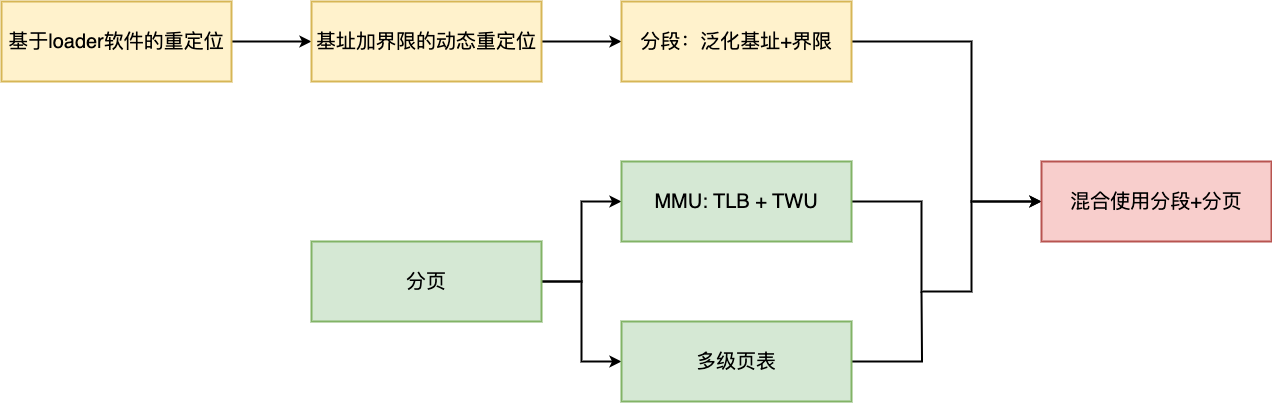
Earlier version of the draw.io export CS/操作系统/操作系统理论/虚拟地址空间策略.drawio.png (superwjfeng/MarkdownWriting). Source tidied: cells renumbered, new cells last; positions are measured from the earlier drawing's top-left corner, leaving out a move shared by most shapes. Its diagram source:
```xml
<mxGraphModel>
  <root>
    <mxCell id="0" />
    <mxCell id="1" parent="0" />
    <mxCell id="2" style="edgeStyle=orthogonalEdgeStyle;rounded=0;jettySize=auto;html=1;strokeWidth=2;" parent="1" edge="1" source="3" target="5">
      <mxGeometry relative="1" as="geometry" />
    </mxCell>
    <mxCell id="3" value="&lt;font style=&quot;font-size: 20px;&quot;&gt;基于loader软件的重定位&lt;/font&gt;" style="rounded=0;whiteSpace=wrap;html=1;strokeWidth=2;fillColor=#fff2cc;strokeColor=#d6b656;" parent="1" vertex="1">
      <mxGeometry width="230" height="80" as="geometry" />
    </mxCell>
    <mxCell id="4" style="edgeStyle=orthogonalEdgeStyle;rounded=0;jettySize=auto;html=1;strokeWidth=2;" parent="1" edge="1" source="5" target="7">
      <mxGeometry relative="1" as="geometry" />
    </mxCell>
    <mxCell id="5" value="&lt;font style=&quot;font-size: 20px;&quot;&gt;基址加界限的动态重定位&lt;/font&gt;" style="rounded=0;whiteSpace=wrap;html=1;strokeWidth=2;fillColor=#fff2cc;strokeColor=#d6b656;" parent="1" vertex="1">
      <mxGeometry x="310" width="230" height="80" as="geometry" />
    </mxCell>
    <mxCell id="6" style="edgeStyle=orthogonalEdgeStyle;rounded=0;jettySize=auto;html=1;entryX=0;entryY=0.5;entryDx=0;entryDy=0;strokeWidth=2;" parent="1" edge="1" source="7" target="15">
      <mxGeometry relative="1" as="geometry">
        <Array as="points">
          <mxPoint x="970" y="40" />
          <mxPoint x="970" y="200" />
        </Array>
      </mxGeometry>
    </mxCell>
    <mxCell id="7" value="&lt;font style=&quot;font-size: 20px;&quot;&gt;分段：泛化基址+界限&lt;/font&gt;" style="rounded=0;whiteSpace=wrap;html=1;strokeWidth=2;fillColor=#fff2cc;strokeColor=#d6b656;" parent="1" vertex="1">
      <mxGeometry x="620" width="230" height="80" as="geometry" />
    </mxCell>
    <mxCell id="8" style="edgeStyle=orthogonalEdgeStyle;rounded=0;jettySize=auto;html=1;strokeWidth=2;" parent="1" edge="1" source="10" target="12">
      <mxGeometry relative="1" as="geometry" />
    </mxCell>
    <mxCell id="9" style="edgeStyle=orthogonalEdgeStyle;rounded=0;jettySize=auto;html=1;strokeWidth=2;" parent="1" edge="1" source="10" target="14">
      <mxGeometry relative="1" as="geometry" />
    </mxCell>
    <mxCell id="10" value="&lt;span style=&quot;font-size: 20px;&quot;&gt;分页&lt;/span&gt;" style="rounded=0;whiteSpace=wrap;html=1;strokeWidth=2;fillColor=#d5e8d4;strokeColor=#82b366;" parent="1" vertex="1">
      <mxGeometry x="310" y="240" width="230" height="80" as="geometry" />
    </mxCell>
    <mxCell id="11" style="edgeStyle=orthogonalEdgeStyle;rounded=0;jettySize=auto;html=1;strokeWidth=2;" parent="1" edge="1" source="12" target="15">
      <mxGeometry relative="1" as="geometry">
        <Array as="points">
          <mxPoint x="920" y="200" />
          <mxPoint x="920" y="290" />
          <mxPoint x="970" y="290" />
          <mxPoint x="970" y="200" />
        </Array>
      </mxGeometry>
    </mxCell>
    <mxCell id="12" value="&lt;span style=&quot;font-size: 20px;&quot;&gt;MMU: TLB + TWU&lt;br&gt;&lt;/span&gt;" style="rounded=0;whiteSpace=wrap;html=1;strokeWidth=2;fillColor=#d5e8d4;strokeColor=#82b366;" parent="1" vertex="1">
      <mxGeometry x="620" y="160" width="230" height="80" as="geometry" />
    </mxCell>
    <mxCell id="13" style="edgeStyle=orthogonalEdgeStyle;rounded=0;jettySize=auto;html=1;endArrow=none;endFill=0;strokeWidth=2;" parent="1" edge="1" source="14">
      <mxGeometry relative="1" as="geometry">
        <mxPoint x="920" y="290" as="targetPoint" />
      </mxGeometry>
    </mxCell>
    <mxCell id="14" value="&lt;font style=&quot;font-size: 20px;&quot;&gt;多级页表&lt;/font&gt;" style="rounded=0;whiteSpace=wrap;html=1;strokeWidth=2;fillColor=#d5e8d4;strokeColor=#82b366;" parent="1" vertex="1">
      <mxGeometry x="620" y="320" width="230" height="80" as="geometry" />
    </mxCell>
    <mxCell id="15" value="&lt;span style=&quot;font-size: 20px;&quot;&gt;混合使用分段+分页&lt;br&gt;&lt;/span&gt;" style="rounded=0;whiteSpace=wrap;html=1;strokeWidth=2;fillColor=#f8cecc;strokeColor=#b85450;" parent="1" vertex="1">
      <mxGeometry x="1040" y="160" width="230" height="80" as="geometry" />
    </mxCell>
  </root>
</mxGraphModel>
```
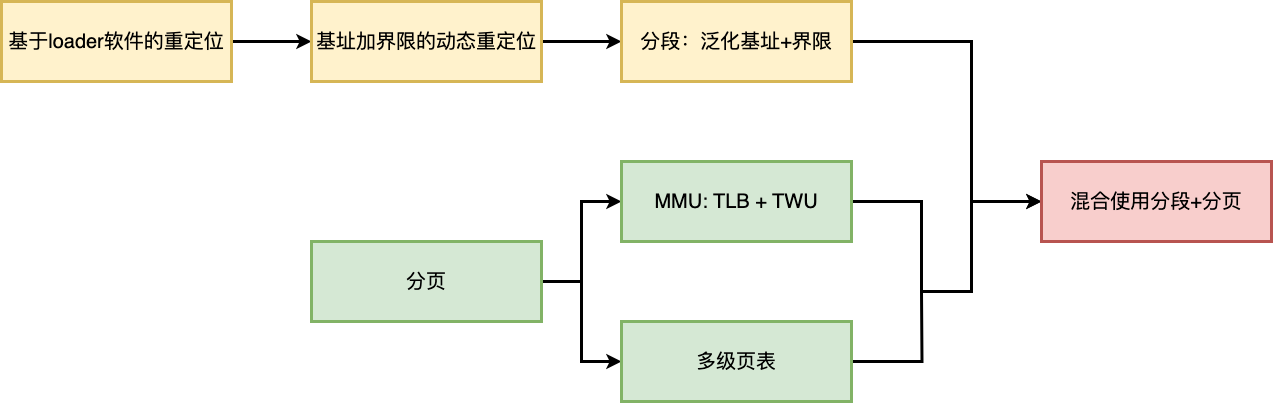
The same diagram one commit later.

The edit, as a diff of the source:
```diff
@@ -1,20 +1,20 @@
-<mxGraphModel>
+<mxGraphModel background="#ffffff">
   <root>
     <mxCell id="0" />
     <mxCell id="1" parent="0" />
-    <mxCell id="2" style="edgeStyle=orthogonalEdgeStyle;rounded=0;jettySize=auto;html=1;strokeWidth=2;" parent="1" edge="1" source="3" target="5">
+    <mxCell id="2" style="edgeStyle=orthogonalEdgeStyle;rounded=0;jettySize=auto;html=1;strokeWidth=3;" parent="1" edge="1" source="3" target="5">
       <mxGeometry relative="1" as="geometry" />
     </mxCell>
-    <mxCell id="3" value="&lt;font style=&quot;font-size: 20px;&quot;&gt;基于loader软件的重定位&lt;/font&gt;" style="rounded=0;whiteSpace=wrap;html=1;strokeWidth=2;fillColor=#fff2cc;strokeColor=#d6b656;" parent="1" vertex="1">
+    <mxCell id="3" value="&lt;font style=&quot;font-size: 20px;&quot;&gt;基于loader软件的重定位&lt;/font&gt;" style="rounded=0;whiteSpace=wrap;html=1;strokeWidth=3;fillColor=#fff2cc;strokeColor=#d6b656;" parent="1" vertex="1">
       <mxGeometry width="230" height="80" as="geometry" />
     </mxCell>
-    <mxCell id="4" style="edgeStyle=orthogonalEdgeStyle;rounded=0;jettySize=auto;html=1;strokeWidth=2;" parent="1" edge="1" source="5" target="7">
+    <mxCell id="4" style="edgeStyle=orthogonalEdgeStyle;rounded=0;jettySize=auto;html=1;strokeWidth=3;" parent="1" edge="1" source="5" target="7">
       <mxGeometry relative="1" as="geometry" />
     </mxCell>
-    <mxCell id="5" value="&lt;font style=&quot;font-size: 20px;&quot;&gt;基址加界限的动态重定位&lt;/font&gt;" style="rounded=0;whiteSpace=wrap;html=1;strokeWidth=2;fillColor=#fff2cc;strokeColor=#d6b656;" parent="1" vertex="1">
+    <mxCell id="5" value="&lt;font style=&quot;font-size: 20px;&quot;&gt;基址加界限的动态重定位&lt;/font&gt;" style="rounded=0;whiteSpace=wrap;html=1;strokeWidth=3;fillColor=#fff2cc;strokeColor=#d6b656;" parent="1" vertex="1">
       <mxGeometry x="310" width="230" height="80" as="geometry" />
     </mxCell>
-    <mxCell id="6" style="edgeStyle=orthogonalEdgeStyle;rounded=0;jettySize=auto;html=1;entryX=0;entryY=0.5;entryDx=0;entryDy=0;strokeWidth=2;" parent="1" edge="1" source="7" target="15">
+    <mxCell id="6" style="edgeStyle=orthogonalEdgeStyle;rounded=0;jettySize=auto;html=1;entryX=0;entryY=0.5;entryDx=0;entryDy=0;strokeWidth=3;" parent="1" edge="1" source="7" target="15">
       <mxGeometry relative="1" as="geometry">
         <Array as="points">
           <mxPoint x="970" y="40" />
@@ -22,19 +22,19 @@
         </Array>
       </mxGeometry>
     </mxCell>
-    <mxCell id="7" value="&lt;font style=&quot;font-size: 20px;&quot;&gt;分段：泛化基址+界限&lt;/font&gt;" style="rounded=0;whiteSpace=wrap;html=1;strokeWidth=2;fillColor=#fff2cc;strokeColor=#d6b656;" parent="1" vertex="1">
+    <mxCell id="7" value="&lt;font style=&quot;font-size: 20px;&quot;&gt;分段：泛化基址+界限&lt;/font&gt;" style="rounded=0;whiteSpace=wrap;html=1;strokeWidth=3;fillColor=#fff2cc;strokeColor=#d6b656;" parent="1" vertex="1">
       <mxGeometry x="620" width="230" height="80" as="geometry" />
     </mxCell>
-    <mxCell id="8" style="edgeStyle=orthogonalEdgeStyle;rounded=0;jettySize=auto;html=1;strokeWidth=2;" parent="1" edge="1" source="10" target="12">
+    <mxCell id="8" style="edgeStyle=orthogonalEdgeStyle;rounded=0;jettySize=auto;html=1;strokeWidth=3;" parent="1" edge="1" source="10" target="12">
       <mxGeometry relative="1" as="geometry" />
     </mxCell>
-    <mxCell id="9" style="edgeStyle=orthogonalEdgeStyle;rounded=0;jettySize=auto;html=1;strokeWidth=2;" parent="1" edge="1" source="10" target="14">
+    <mxCell id="9" style="edgeStyle=orthogonalEdgeStyle;rounded=0;jettySize=auto;html=1;strokeWidth=3;" parent="1" edge="1" source="10" target="14">
       <mxGeometry relative="1" as="geometry" />
     </mxCell>
-    <mxCell id="10" value="&lt;span style=&quot;font-size: 20px;&quot;&gt;分页&lt;/span&gt;" style="rounded=0;whiteSpace=wrap;html=1;strokeWidth=2;fillColor=#d5e8d4;strokeColor=#82b366;" parent="1" vertex="1">
+    <mxCell id="10" value="&lt;span style=&quot;font-size: 20px;&quot;&gt;分页&lt;/span&gt;" style="rounded=0;whiteSpace=wrap;html=1;strokeWidth=3;fillColor=#d5e8d4;strokeColor=#82b366;" parent="1" vertex="1">
       <mxGeometry x="310" y="240" width="230" height="80" as="geometry" />
     </mxCell>
-    <mxCell id="11" style="edgeStyle=orthogonalEdgeStyle;rounded=0;jettySize=auto;html=1;strokeWidth=2;" parent="1" edge="1" source="12" target="15">
+    <mxCell id="11" style="edgeStyle=orthogonalEdgeStyle;rounded=0;jettySize=auto;html=1;strokeWidth=3;" parent="1" edge="1" source="12" target="15">
       <mxGeometry relative="1" as="geometry">
         <Array as="points">
           <mxPoint x="920" y="200" />
@@ -44,18 +44,18 @@
         </Array>
       </mxGeometry>
     </mxCell>
-    <mxCell id="12" value="&lt;span style=&quot;font-size: 20px;&quot;&gt;MMU: TLB + TWU&lt;br&gt;&lt;/span&gt;" style="rounded=0;whiteSpace=wrap;html=1;strokeWidth=2;fillColor=#d5e8d4;strokeColor=#82b366;" parent="1" vertex="1">
+    <mxCell id="12" value="&lt;span style=&quot;font-size: 20px;&quot;&gt;MMU: TLB + TWU&lt;br&gt;&lt;/span&gt;" style="rounded=0;whiteSpace=wrap;html=1;strokeWidth=3;fillColor=#d5e8d4;strokeColor=#82b366;" parent="1" vertex="1">
       <mxGeometry x="620" y="160" width="230" height="80" as="geometry" />
     </mxCell>
-    <mxCell id="13" style="edgeStyle=orthogonalEdgeStyle;rounded=0;jettySize=auto;html=1;endArrow=none;endFill=0;strokeWidth=2;" parent="1" edge="1" source="14">
+    <mxCell id="13" style="edgeStyle=orthogonalEdgeStyle;rounded=0;jettySize=auto;html=1;endArrow=none;endFill=0;strokeWidth=3;" parent="1" edge="1" source="14">
       <mxGeometry relative="1" as="geometry">
         <mxPoint x="920" y="290" as="targetPoint" />
       </mxGeometry>
     </mxCell>
-    <mxCell id="14" value="&lt;font style=&quot;font-size: 20px;&quot;&gt;多级页表&lt;/font&gt;" style="rounded=0;whiteSpace=wrap;html=1;strokeWidth=2;fillColor=#d5e8d4;strokeColor=#82b366;" parent="1" vertex="1">
+    <mxCell id="14" value="&lt;font style=&quot;font-size: 20px;&quot;&gt;多级页表&lt;/font&gt;" style="rounded=0;whiteSpace=wrap;html=1;strokeWidth=3;fillColor=#d5e8d4;strokeColor=#82b366;" parent="1" vertex="1">
       <mxGeometry x="620" y="320" width="230" height="80" as="geometry" />
     </mxCell>
-    <mxCell id="15" value="&lt;span style=&quot;font-size: 20px;&quot;&gt;混合使用分段+分页&lt;br&gt;&lt;/span&gt;" style="rounded=0;whiteSpace=wrap;html=1;strokeWidth=2;fillColor=#f8cecc;strokeColor=#b85450;" parent="1" vertex="1">
+    <mxCell id="15" value="&lt;span style=&quot;font-size: 20px;&quot;&gt;混合使用分段+分页&lt;br&gt;&lt;/span&gt;" style="rounded=0;whiteSpace=wrap;html=1;strokeWidth=3;fillColor=#f8cecc;strokeColor=#b85450;" parent="1" vertex="1">
       <mxGeometry x="1040" y="160" width="230" height="80" as="geometry" />
     </mxCell>
   </root>
```
